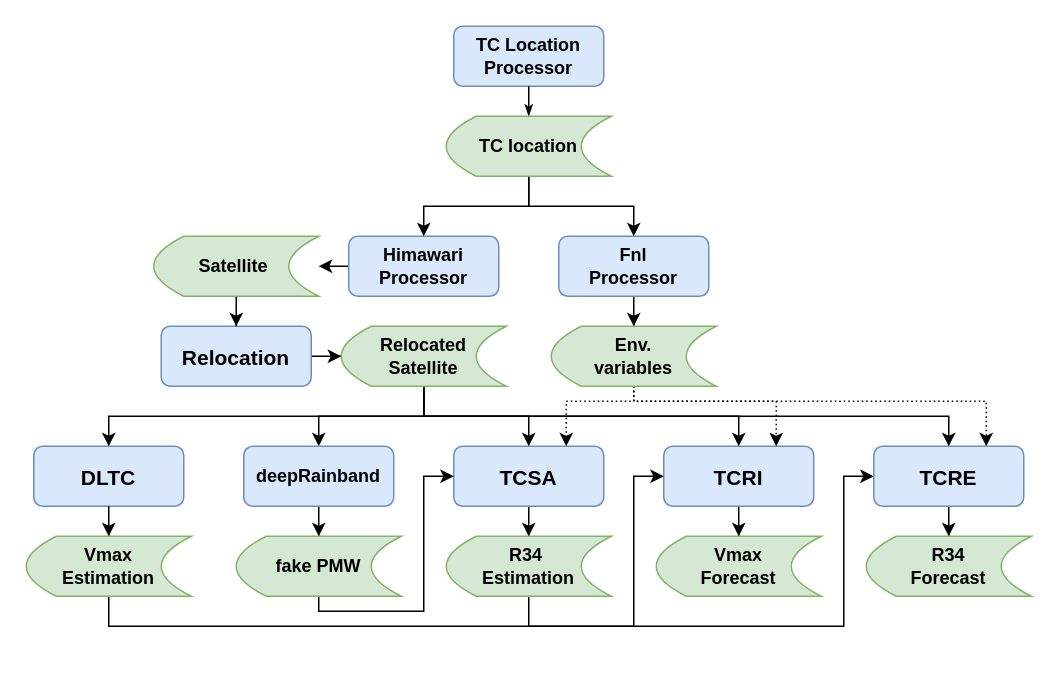
Earlier version of the draw.io diagram dltc.drawio (yuyangk/FlowChart). Source tidied: cells renumbered, new cells numbered last; positions are measured from the earlier drawing's top-left corner, leaving out a move shared by most shapes. Both pictures are drawn from the tidied source at 150%, with x=0, y=0 at pixel (26, 26).
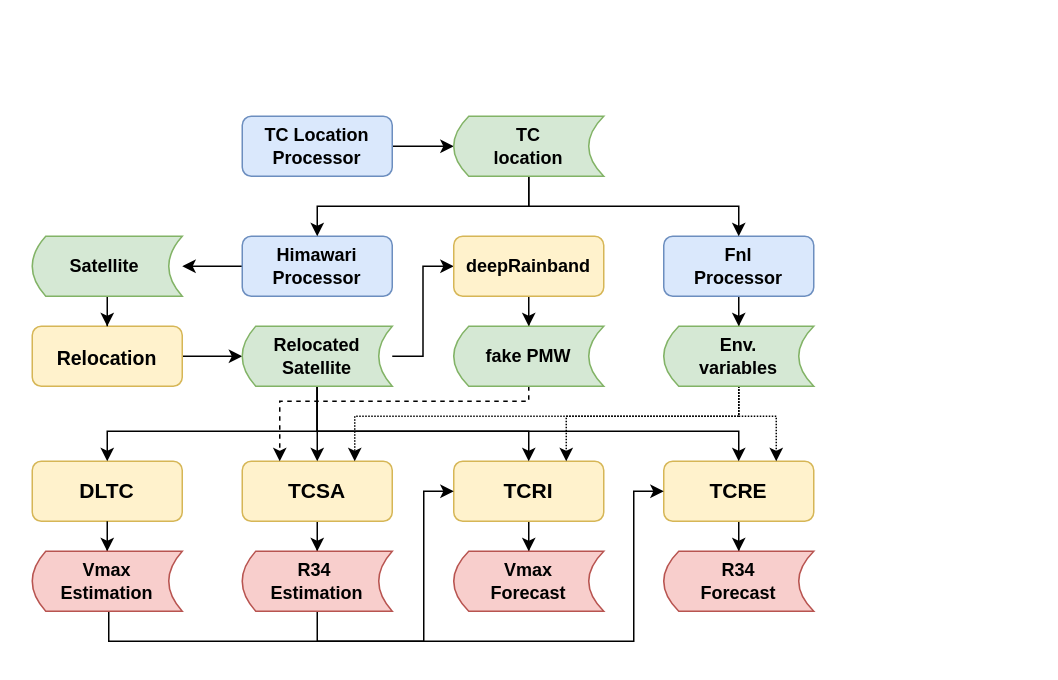
The same diagram, later.

The edit, as a diff of the source:
```diff
@@
+    <mxCell id="7" style="edgeStyle=orthogonalEdgeStyle;rounded=0;jettySize=auto;html=1;entryX=0;entryY=0.5;entryDx=0;entryDy=0;" parent="1" edge="1" source="2" target="42">
+      <mxGeometry relative="1" as="geometry" />
+    </mxCell>
     <mxCell id="2" value="&lt;font style=&quot;font-size: 12px;&quot;&gt;TC Location &lt;br style=&quot;&quot;&gt;Processor&lt;/font&gt;" style="rounded=1;whiteSpace=wrap;html=1;shadow=0;labelBackgroundColor=none;strokeWidth=1;fontFamily=Helvetica;fontSize=11;align=center;strokeColor=#6c8ebf;fillColor=#dae8fc;fontStyle=1;" parent="1" vertex="1">
-      <mxGeometry x="285" width="100" height="40" as="geometry" />
+      <mxGeometry x="144" y="60" width="100" height="40" as="geometry" />
     </mxCell>
@@
     <mxCell id="4" value="&lt;font style=&quot;font-size: 12px;&quot;&gt;Himawari &lt;br style=&quot;&quot;&gt;Processor&lt;/font&gt;" style="rounded=1;whiteSpace=wrap;html=1;shadow=0;labelBackgroundColor=none;strokeWidth=1;fontFamily=Helvetica;fontSize=11;align=center;strokeColor=#6c8ebf;fillColor=#dae8fc;fontStyle=1;" parent="1" vertex="1">
-      <mxGeometry x="215" y="140" width="100" height="40" as="geometry" />
+      <mxGeometry x="144" y="140" width="100" height="40" as="geometry" />
     </mxCell>
@@
     <mxCell id="6" value="&lt;font style=&quot;font-size: 12px;&quot;&gt;Fnl &lt;br style=&quot;&quot;&gt;Processor&lt;/font&gt;" style="rounded=1;whiteSpace=wrap;html=1;shadow=0;labelBackgroundColor=none;strokeWidth=1;fontFamily=Helvetica;fontSize=11;align=center;strokeColor=#6c8ebf;fillColor=#dae8fc;fontStyle=1;" parent="1" vertex="1">
-      <mxGeometry x="355" y="140" width="100" height="40" as="geometry" />
+      <mxGeometry x="425" y="140" width="100" height="40" as="geometry" />
     </mxCell>
-    <mxCell id="7" style="edgeStyle=orthogonalEdgeStyle;rounded=1;html=1;labelBackgroundColor=none;startArrow=none;startFill=0;startSize=5;endArrow=classicThin;endFill=1;endSize=5;jettySize=auto;strokeWidth=1;fontFamily=Helvetica;fontSize=8;entryX=0.5;entryY=0;entryDx=0;entryDy=0;strokeColor=default;fontStyle=1;" parent="1" edge="1" source="2" target="42">
-      <mxGeometry relative="1" as="geometry" />
-    </mxCell>
-    <mxCell id="8" value="&lt;font style=&quot;font-size: 14px;&quot;&gt;DLTC&lt;/font&gt;" style="rounded=1;whiteSpace=wrap;html=1;shadow=0;labelBackgroundColor=none;strokeWidth=1;fontFamily=Helvetica;fontSize=16;align=center;strokeColor=#6c8ebf;fillColor=#dae8fc;fontStyle=1;" parent="1" vertex="1">
-      <mxGeometry x="5" y="280" width="100" height="40" as="geometry" />
+    <mxCell id="8" value="&lt;font style=&quot;font-size: 14px;&quot;&gt;DLTC&lt;/font&gt;" style="rounded=1;whiteSpace=wrap;html=1;shadow=0;labelBackgroundColor=none;strokeWidth=1;fontFamily=Helvetica;fontSize=14;align=center;strokeColor=#d6b656;fillColor=#fff2cc;fontStyle=1;" parent="1" vertex="1">
+      <mxGeometry x="4" y="290" width="100" height="40" as="geometry" />
     </mxCell>
@@
-    <mxCell id="10" value="&lt;font style=&quot;font-size: 14px;&quot;&gt;TCSA&lt;/font&gt;" style="rounded=1;whiteSpace=wrap;html=1;shadow=0;labelBackgroundColor=none;strokeWidth=1;fontFamily=Helvetica;fontSize=16;align=center;strokeColor=#6c8ebf;fillColor=#dae8fc;fontStyle=1;" parent="1" vertex="1">
-      <mxGeometry x="285" y="280" width="100" height="40" as="geometry" />
+    <mxCell id="10" value="&lt;font style=&quot;font-size: 14px;&quot;&gt;TCSA&lt;/font&gt;" style="rounded=1;whiteSpace=wrap;html=1;shadow=0;labelBackgroundColor=none;strokeWidth=1;fontFamily=Helvetica;fontSize=14;align=center;strokeColor=#d6b656;fillColor=#fff2cc;fontStyle=1;" parent="1" vertex="1">
+      <mxGeometry x="144" y="290" width="100" height="40" as="geometry" />
     </mxCell>
@@
-    <mxCell id="12" value="&lt;font style=&quot;font-size: 14px;&quot;&gt;TCRE&lt;/font&gt;" style="rounded=1;whiteSpace=wrap;html=1;shadow=0;labelBackgroundColor=none;strokeWidth=1;fontFamily=Helvetica;fontSize=16;align=center;strokeColor=#6c8ebf;fillColor=#dae8fc;fontStyle=1;" parent="1" vertex="1">
-      <mxGeometry x="565" y="280" width="100" height="40" as="geometry" />
+    <mxCell id="12" value="&lt;font style=&quot;font-size: 14px;&quot;&gt;TCRE&lt;/font&gt;" style="rounded=1;whiteSpace=wrap;html=1;shadow=0;labelBackgroundColor=none;strokeWidth=1;fontFamily=Helvetica;fontSize=14;align=center;strokeColor=#d6b656;fillColor=#fff2cc;fontStyle=1;" parent="1" vertex="1">
+      <mxGeometry x="425" y="290" width="100" height="40" as="geometry" />
     </mxCell>
@@
-    <mxCell id="14" value="&lt;font style=&quot;font-size: 14px;&quot;&gt;TCRI&lt;/font&gt;" style="rounded=1;whiteSpace=wrap;html=1;shadow=0;labelBackgroundColor=none;strokeWidth=1;fontFamily=Helvetica;fontSize=16;align=center;strokeColor=#6c8ebf;fillColor=#dae8fc;fontStyle=1;" parent="1" vertex="1">
-      <mxGeometry x="425" y="280" width="100" height="40" as="geometry" />
+    <mxCell id="14" value="&lt;font style=&quot;font-size: 14px;&quot;&gt;TCRI&lt;/font&gt;" style="rounded=1;whiteSpace=wrap;html=1;shadow=0;labelBackgroundColor=none;strokeWidth=1;fontFamily=Helvetica;fontSize=14;align=center;strokeColor=#d6b656;fillColor=#fff2cc;fontStyle=1;" parent="1" vertex="1">
+      <mxGeometry x="285" y="290" width="100" height="40" as="geometry" />
     </mxCell>
@@
-    <mxCell id="17" value="&lt;font style=&quot;font-size: 14px;&quot;&gt;Relocation&lt;/font&gt;" style="rounded=1;whiteSpace=wrap;html=1;shadow=0;labelBackgroundColor=none;strokeWidth=1;fontFamily=Helvetica;fontSize=16;align=center;strokeColor=#6c8ebf;fillColor=#dae8fc;fontStyle=1;" parent="1" vertex="1">
-      <mxGeometry x="90" y="200" width="100" height="40" as="geometry" />
+    <mxCell id="17" value="&lt;font style=&quot;font-size: 13px;&quot;&gt;Relocation&lt;/font&gt;" style="rounded=1;whiteSpace=wrap;html=1;shadow=0;labelBackgroundColor=none;strokeWidth=1;fontFamily=Helvetica;fontSize=16;align=center;strokeColor=#d6b656;fillColor=#fff2cc;fontStyle=1;" parent="1" vertex="1">
+      <mxGeometry x="4" y="200" width="100" height="40" as="geometry" />
     </mxCell>
-    <mxCell id="18" style="edgeStyle=orthogonalEdgeStyle;rounded=0;jettySize=auto;html=1;entryX=0.5;entryY=0;entryDx=0;entryDy=0;fontFamily=Helvetica;fontStyle=1;" parent="1" edge="1" source="23" target="31">
-      <mxGeometry relative="1" as="geometry" />
-    </mxCell>
     <mxCell id="19" style="edgeStyle=orthogonalEdgeStyle;rounded=0;jettySize=auto;html=1;entryX=0.5;entryY=0;entryDx=0;entryDy=0;" parent="1" edge="1" source="23" target="8">
       <mxGeometry relative="1" as="geometry">
         <Array as="points">
-          <mxPoint x="265" y="260" />
-          <mxPoint x="55" y="260" />
+          <mxPoint x="194" y="270" />
+          <mxPoint x="54" y="270" />
         </Array>
       </mxGeometry>
     </mxCell>
@@
     <mxCell id="21" style="edgeStyle=orthogonalEdgeStyle;rounded=0;jettySize=auto;html=1;entryX=0.5;entryY=0;entryDx=0;entryDy=0;" parent="1" edge="1" source="23" target="14">
       <mxGeometry relative="1" as="geometry">
         <Array as="points">
-          <mxPoint x="265" y="260" />
-          <mxPoint x="475" y="260" />
+          <mxPoint x="194" y="270" />
+          <mxPoint x="335" y="270" />
         </Array>
       </mxGeometry>
     </mxCell>
     <mxCell id="22" style="edgeStyle=orthogonalEdgeStyle;rounded=0;jettySize=auto;html=1;entryX=0.5;entryY=0;entryDx=0;entryDy=0;" parent="1" edge="1" source="23" target="12">
       <mxGeometry relative="1" as="geometry">
         <Array as="points">
-          <mxPoint x="265" y="260" />
-          <mxPoint x="615" y="260" />
+          <mxPoint x="194" y="270" />
+          <mxPoint x="475" y="270" />
         </Array>
       </mxGeometry>
     </mxCell>
+    <mxCell id="18" style="edgeStyle=orthogonalEdgeStyle;rounded=0;jettySize=auto;html=1;entryX=0;entryY=0.5;entryDx=0;entryDy=0;" parent="1" edge="1" source="23" target="31">
+      <mxGeometry relative="1" as="geometry" />
+    </mxCell>
-    <mxCell id="23" value="&lt;span&gt;Relocated &lt;br&gt;Satellite&lt;/span&gt;" style="shape=dataStorage;whiteSpace=wrap;html=1;fixedSize=1;fillColor=#d5e8d4;strokeColor=#82b366;fontFamily=Helvetica;fontStyle=1;" parent="1" vertex="1">
-      <mxGeometry x="210" y="200" width="110" height="40" as="geometry" />
+    <mxCell id="23" value="&lt;span&gt;Relocated &lt;br&gt;Satellite&lt;/span&gt;" style="shape=dataStorage;whiteSpace=wrap;html=1;fixedSize=1;fillColor=#d5e8d4;strokeColor=#82b366;fontFamily=Helvetica;fontStyle=1;size=9;" parent="1" vertex="1">
+      <mxGeometry x="144" y="200" width="100" height="40" as="geometry" />
     </mxCell>
@@
-    <mxCell id="25" value="&lt;span&gt;Satellite&amp;nbsp;&lt;/span&gt;" style="shape=dataStorage;whiteSpace=wrap;html=1;fixedSize=1;fillColor=#d5e8d4;strokeColor=#82b366;fontFamily=Helvetica;fontStyle=1;" parent="1" vertex="1">
-      <mxGeometry x="85" y="140" width="110" height="40" as="geometry" />
+    <mxCell id="25" value="&lt;span&gt;Satellite&amp;nbsp;&lt;/span&gt;" style="shape=dataStorage;whiteSpace=wrap;html=1;fixedSize=1;fillColor=#d5e8d4;strokeColor=#82b366;fontFamily=Helvetica;fontStyle=1;size=9;" parent="1" vertex="1">
+      <mxGeometry x="4" y="140" width="100" height="40" as="geometry" />
     </mxCell>
+    <mxCell id="27" style="edgeStyle=orthogonalEdgeStyle;rounded=0;jettySize=auto;html=1;entryX=0.75;entryY=0;entryDx=0;entryDy=0;dashed=1;dashPattern=1 1;" parent="1" edge="1" source="29" target="10">
+      <mxGeometry relative="1" as="geometry">
+        <Array as="points">
+          <mxPoint x="475" y="260" />
+          <mxPoint x="219" y="260" />
+        </Array>
+      </mxGeometry>
+    </mxCell>
-    <mxCell id="26" style="edgeStyle=orthogonalEdgeStyle;rounded=0;jettySize=auto;html=1;entryX=0.75;entryY=0;entryDx=0;entryDy=0;dashed=1;dashPattern=1 2;" parent="1" edge="1" source="29" target="14">
+    <mxCell id="26" style="edgeStyle=orthogonalEdgeStyle;rounded=0;jettySize=auto;html=1;entryX=0.75;entryY=0;entryDx=0;entryDy=0;dashed=1;dashPattern=1 1;" parent="1" edge="1" source="29" target="14">
       <mxGeometry relative="1" as="geometry">
         <Array as="points">
-          <mxPoint x="405" y="250" />
-          <mxPoint x="500" y="250" />
+          <mxPoint x="475" y="260" />
+          <mxPoint x="360" y="260" />
         </Array>
       </mxGeometry>
     </mxCell>
-    <mxCell id="27" style="edgeStyle=orthogonalEdgeStyle;rounded=0;jettySize=auto;html=1;entryX=0.75;entryY=0;entryDx=0;entryDy=0;dashed=1;dashPattern=1 2;" parent="1" edge="1" source="29" target="10">
-      <mxGeometry relative="1" as="geometry">
-        <Array as="points">
-          <mxPoint x="405" y="250" />
-          <mxPoint x="360" y="250" />
-        </Array>
-      </mxGeometry>
-    </mxCell>
-    <mxCell id="28" style="edgeStyle=orthogonalEdgeStyle;rounded=0;jettySize=auto;html=1;entryX=0.75;entryY=0;entryDx=0;entryDy=0;dashed=1;dashPattern=1 2;" parent="1" edge="1" source="29" target="12">
+    <mxCell id="28" style="edgeStyle=orthogonalEdgeStyle;rounded=0;jettySize=auto;html=1;entryX=0.75;entryY=0;entryDx=0;entryDy=0;dashed=1;dashPattern=1 1;" parent="1" edge="1" source="29" target="12">
       <mxGeometry relative="1" as="geometry">
         <Array as="points">
-          <mxPoint x="405" y="250" />
-          <mxPoint x="640" y="250" />
+          <mxPoint x="475" y="260" />
+          <mxPoint x="500" y="260" />
         </Array>
       </mxGeometry>
     </mxCell>
-    <mxCell id="29" value="&lt;span&gt;Env.&lt;br&gt;variables&lt;br&gt;&lt;/span&gt;" style="shape=dataStorage;whiteSpace=wrap;html=1;fixedSize=1;fillColor=#d5e8d4;strokeColor=#82b366;fontFamily=Helvetica;fontStyle=1;" parent="1" vertex="1">
-      <mxGeometry x="350" y="200" width="110" height="40" as="geometry" />
+    <mxCell id="29" value="&lt;span&gt;Env.&lt;br&gt;variables&lt;br&gt;&lt;/span&gt;" style="shape=dataStorage;whiteSpace=wrap;html=1;fixedSize=1;fillColor=#d5e8d4;strokeColor=#82b366;fontFamily=Helvetica;fontStyle=1;size=10;" parent="1" vertex="1">
+      <mxGeometry x="425" y="200" width="100" height="40" as="geometry" />
     </mxCell>
@@
-    <mxCell id="31" value="deepRainband" style="rounded=1;whiteSpace=wrap;html=1;shadow=0;labelBackgroundColor=none;strokeWidth=1;fontFamily=Helvetica;fontSize=12;align=center;strokeColor=#6c8ebf;fillColor=#dae8fc;fontStyle=1;" parent="1" vertex="1">
-      <mxGeometry x="145" y="280" width="100" height="40" as="geometry" />
+    <mxCell id="31" value="deepRainband" style="rounded=1;whiteSpace=wrap;html=1;shadow=0;labelBackgroundColor=none;strokeWidth=1;fontFamily=Helvetica;fontSize=12;align=center;strokeColor=#d6b656;fillColor=#fff2cc;fontStyle=1;" parent="1" vertex="1">
+      <mxGeometry x="285" y="140" width="100" height="40" as="geometry" />
     </mxCell>
-    <mxCell id="32" style="edgeStyle=orthogonalEdgeStyle;rounded=0;jettySize=auto;html=1;entryX=0;entryY=0.5;entryDx=0;entryDy=0;fontFamily=Helvetica;fontStyle=1;" parent="1" edge="1" source="33" target="10">
+    <mxCell id="32" style="edgeStyle=orthogonalEdgeStyle;rounded=0;jettySize=auto;html=1;entryX=0.25;entryY=0;entryDx=0;entryDy=0;dashed=1;" parent="1" edge="1" source="33" target="10">
       <mxGeometry relative="1" as="geometry">
         <Array as="points">
-          <mxPoint x="195" y="390" />
-          <mxPoint x="265" y="390" />
-          <mxPoint x="265" y="300" />
+          <mxPoint x="335" y="250" />
+          <mxPoint x="169" y="250" />
         </Array>
       </mxGeometry>
     </mxCell>
-    <mxCell id="33" value="fake PMW" style="shape=dataStorage;whiteSpace=wrap;html=1;fixedSize=1;fillColor=#d5e8d4;strokeColor=#82b366;fontFamily=Helvetica;fontStyle=1;" parent="1" vertex="1">
-      <mxGeometry x="140" y="340" width="110" height="40" as="geometry" />
+    <mxCell id="33" value="fake PMW" style="shape=dataStorage;whiteSpace=wrap;html=1;fixedSize=1;fillColor=#d5e8d4;strokeColor=#82b366;fontFamily=Helvetica;fontStyle=1;size=10;" parent="1" vertex="1">
+      <mxGeometry x="285" y="200" width="100" height="40" as="geometry" />
     </mxCell>
-    <mxCell id="34" style="edgeStyle=orthogonalEdgeStyle;rounded=0;jettySize=auto;html=1;entryX=0;entryY=0.5;entryDx=0;entryDy=0;exitX=0.5;exitY=1;exitDx=0;exitDy=0;fontFamily=Helvetica;fontStyle=1;" parent="1" edge="1" source="35" target="12">
+    <mxCell id="34" style="edgeStyle=orthogonalEdgeStyle;rounded=0;jettySize=auto;html=1;entryX=0;entryY=0.5;entryDx=0;entryDy=0;" parent="1" edge="1" source="35" target="12">
       <mxGeometry relative="1" as="geometry">
         <Array as="points">
-          <mxPoint x="335" y="400" />
-          <mxPoint x="545" y="400" />
-          <mxPoint x="545" y="300" />
+          <mxPoint x="194" y="410" />
+          <mxPoint x="405" y="410" />
+          <mxPoint x="405" y="310" />
         </Array>
       </mxGeometry>
     </mxCell>
-    <mxCell id="35" value="R34&amp;nbsp;&lt;br&gt;Estimation" style="shape=dataStorage;whiteSpace=wrap;html=1;fixedSize=1;fillColor=#d5e8d4;strokeColor=#82b366;fontFamily=Helvetica;fontStyle=1;" parent="1" vertex="1">
-      <mxGeometry x="280" y="340" width="110" height="40" as="geometry" />
+    <mxCell id="35" value="R34&amp;nbsp;&lt;br&gt;Estimation" style="shape=dataStorage;whiteSpace=wrap;html=1;fixedSize=1;fillColor=#f8cecc;strokeColor=#b85450;fontFamily=Helvetica;fontStyle=1;size=9;" parent="1" vertex="1">
+      <mxGeometry x="144" y="350" width="100" height="40" as="geometry" />
     </mxCell>
     <mxCell id="36" style="edgeStyle=orthogonalEdgeStyle;rounded=0;jettySize=auto;html=1;entryX=0;entryY=0.5;entryDx=0;entryDy=0;" parent="1" edge="1" source="37" target="14">
       <mxGeometry relative="1" as="geometry">
         <Array as="points">
-          <mxPoint x="55" y="400" />
-          <mxPoint x="405" y="400" />
-          <mxPoint x="405" y="300" />
+          <mxPoint x="55" y="410" />
+          <mxPoint x="265" y="410" />
+          <mxPoint x="265" y="310" />
         </Array>
       </mxGeometry>
     </mxCell>
-    <mxCell id="37" value="Vmax &lt;br&gt;Estimation" style="shape=dataStorage;whiteSpace=wrap;html=1;fixedSize=1;fillColor=#d5e8d4;strokeColor=#82b366;fontFamily=Helvetica;fontStyle=1;" parent="1" vertex="1">
-      <mxGeometry y="340" width="110" height="40" as="geometry" />
+    <mxCell id="37" value="Vmax &lt;br&gt;Estimation" style="shape=dataStorage;whiteSpace=wrap;html=1;fixedSize=1;fillColor=#f8cecc;strokeColor=#b85450;fontFamily=Helvetica;fontStyle=1;size=9;" parent="1" vertex="1">
+      <mxGeometry x="4" y="350" width="100" height="40" as="geometry" />
     </mxCell>
-    <mxCell id="38" value="Vmax &lt;br&gt;Forecast" style="shape=dataStorage;whiteSpace=wrap;html=1;fixedSize=1;fillColor=#d5e8d4;strokeColor=#82b366;fontFamily=Helvetica;fontStyle=1;" parent="1" vertex="1">
-      <mxGeometry x="420" y="340" width="110" height="40" as="geometry" />
+    <mxCell id="38" value="Vmax &lt;br&gt;Forecast" style="shape=dataStorage;whiteSpace=wrap;html=1;fixedSize=1;fillColor=#f8cecc;strokeColor=#b85450;fontFamily=Helvetica;fontStyle=1;size=10;" parent="1" vertex="1">
+      <mxGeometry x="285" y="350" width="100" height="40" as="geometry" />
     </mxCell>
-    <mxCell id="39" value="R34&lt;br&gt;Forecast" style="shape=dataStorage;whiteSpace=wrap;html=1;fixedSize=1;fillColor=#d5e8d4;strokeColor=#82b366;fontFamily=Helvetica;fontStyle=1;" parent="1" vertex="1">
-      <mxGeometry x="560" y="340" width="110" height="40" as="geometry" />
+    <mxCell id="39" value="R34&lt;br&gt;Forecast" style="shape=dataStorage;whiteSpace=wrap;html=1;fixedSize=1;fillColor=#f8cecc;strokeColor=#b85450;fontFamily=Helvetica;fontStyle=1;size=10;" parent="1" vertex="1">
+      <mxGeometry x="425" y="350" width="100" height="40" as="geometry" />
     </mxCell>
-    <mxCell id="40" style="edgeStyle=orthogonalEdgeStyle;rounded=0;jettySize=auto;html=1;entryX=0.5;entryY=0;entryDx=0;entryDy=0;fontFamily=Helvetica;fontStyle=1;" parent="1" edge="1" source="42" target="4">
+    <mxCell id="40" style="edgeStyle=orthogonalEdgeStyle;rounded=0;jettySize=auto;html=1;entryX=0.5;entryY=0;entryDx=0;entryDy=0;" parent="1" edge="1" source="42" target="4">
       <mxGeometry relative="1" as="geometry">
         <Array as="points">
           <mxPoint x="335" y="120" />
-          <mxPoint x="265" y="120" />
+          <mxPoint x="194" y="120" />
         </Array>
       </mxGeometry>
     </mxCell>
-    <mxCell id="41" style="edgeStyle=orthogonalEdgeStyle;rounded=0;jettySize=auto;html=1;entryX=0.5;entryY=0;entryDx=0;entryDy=0;fontFamily=Helvetica;fontStyle=1;" parent="1" edge="1" source="42" target="6">
+    <mxCell id="41" style="edgeStyle=orthogonalEdgeStyle;rounded=0;jettySize=auto;html=1;entryX=0.5;entryY=0;entryDx=0;entryDy=0;" parent="1" edge="1" source="42" target="6">
       <mxGeometry relative="1" as="geometry">
         <Array as="points">
           <mxPoint x="335" y="120" />
-          <mxPoint x="405" y="120" />
+          <mxPoint x="475" y="120" />
         </Array>
       </mxGeometry>
     </mxCell>
-    <mxCell id="42" value="&lt;span&gt;TC location&lt;/span&gt;" style="shape=dataStorage;whiteSpace=wrap;html=1;fixedSize=1;fillColor=#d5e8d4;strokeColor=#82b366;align=center;fontFamily=Helvetica;fontStyle=1;" parent="1" vertex="1">
-      <mxGeometry x="280" y="60" width="110" height="40" as="geometry" />
+    <mxCell id="42" value="&lt;span&gt;TC &lt;br&gt;location&lt;/span&gt;" style="shape=dataStorage;whiteSpace=wrap;html=1;fixedSize=1;fillColor=#d5e8d4;strokeColor=#82b366;align=center;fontFamily=Helvetica;fontStyle=1;size=10;" parent="1" vertex="1">
+      <mxGeometry x="285" y="60" width="100" height="40" as="geometry" />
     </mxCell>
```
